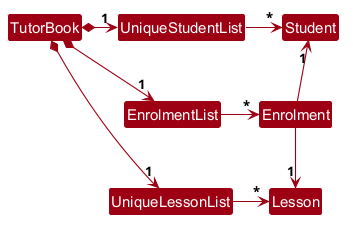
Before: docs/images/BetterModelClassDiagram.png, a diagram exported from PlantUML (AY2627S1-CS2103T-F13-1/tp).
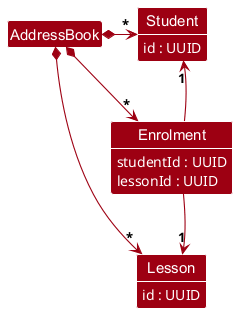
Later version of the same file.

Commit message:
Update Model and Storage class diagrams

What changed in the source:
```diff
@@ -3,16 +3,27 @@
 skinparam arrowThickness 1.1
 skinparam arrowColor MODEL_COLOR
 skinparam classBackgroundColor MODEL_COLOR
+skinparam classAttributeFontColor #FFFFFF
 
-TutorBook *-right-> "1" UniqueStudentList
-TutorBook *-right-> "1" EnrolmentList
-TutorBook *-right-> "1" UniqueLessonList
-UniqueStudentList -[hidden]down- EnrolmentList
-EnrolmentList -[hidden]down- UniqueLessonList
+Class Student {
+id : UUID
+}
+Class Enrolment {
+studentId : UUID
+lessonId : UUID
+}
+Class Lesson {
+id : UUID
+}
+show Student fields
+show Enrolment fields
+show Lesson fields
 
-UniqueStudentList -right-> "*" Student
-UniqueLessonList -right-> "*" Lesson
-EnrolmentList -right-> "*" Enrolment
+AddressBook *-right-> "*" Student
+AddressBook *-right-> "*" Enrolment
+AddressBook *-right-> "*" Lesson
+Student -[hidden]down- Enrolment
+Enrolment -[hidden]down- Lesson
 
 Enrolment -up-> "1" Student
 Enrolment -down-> "1" Lesson
```
